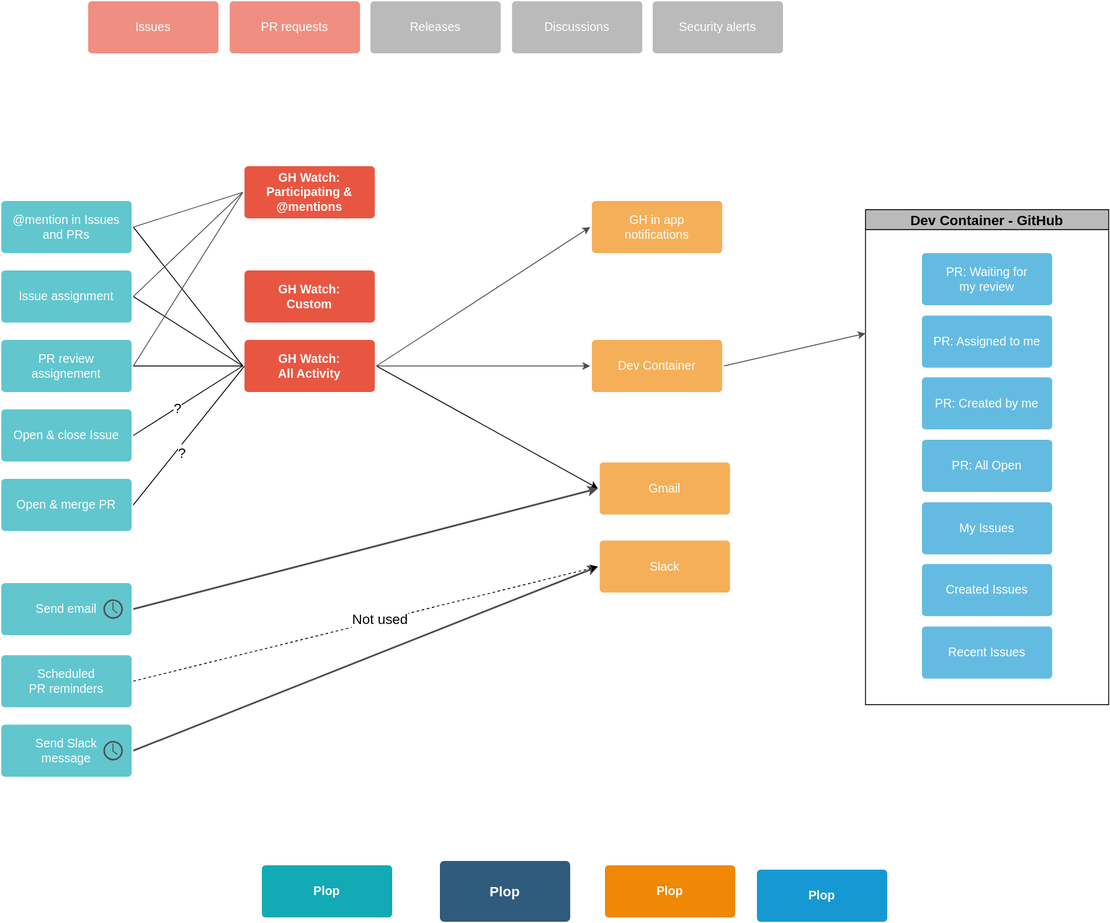
Earlier version of the draw.io export docs/drawio/diagrams/notification-graph.drawio.svg (Sage-Bionetworks/sage-monorepo). Source tidied: cells renumbered, new cells last; positions are measured from the earlier drawing's top-left corner, leaving out a move shared by most shapes.
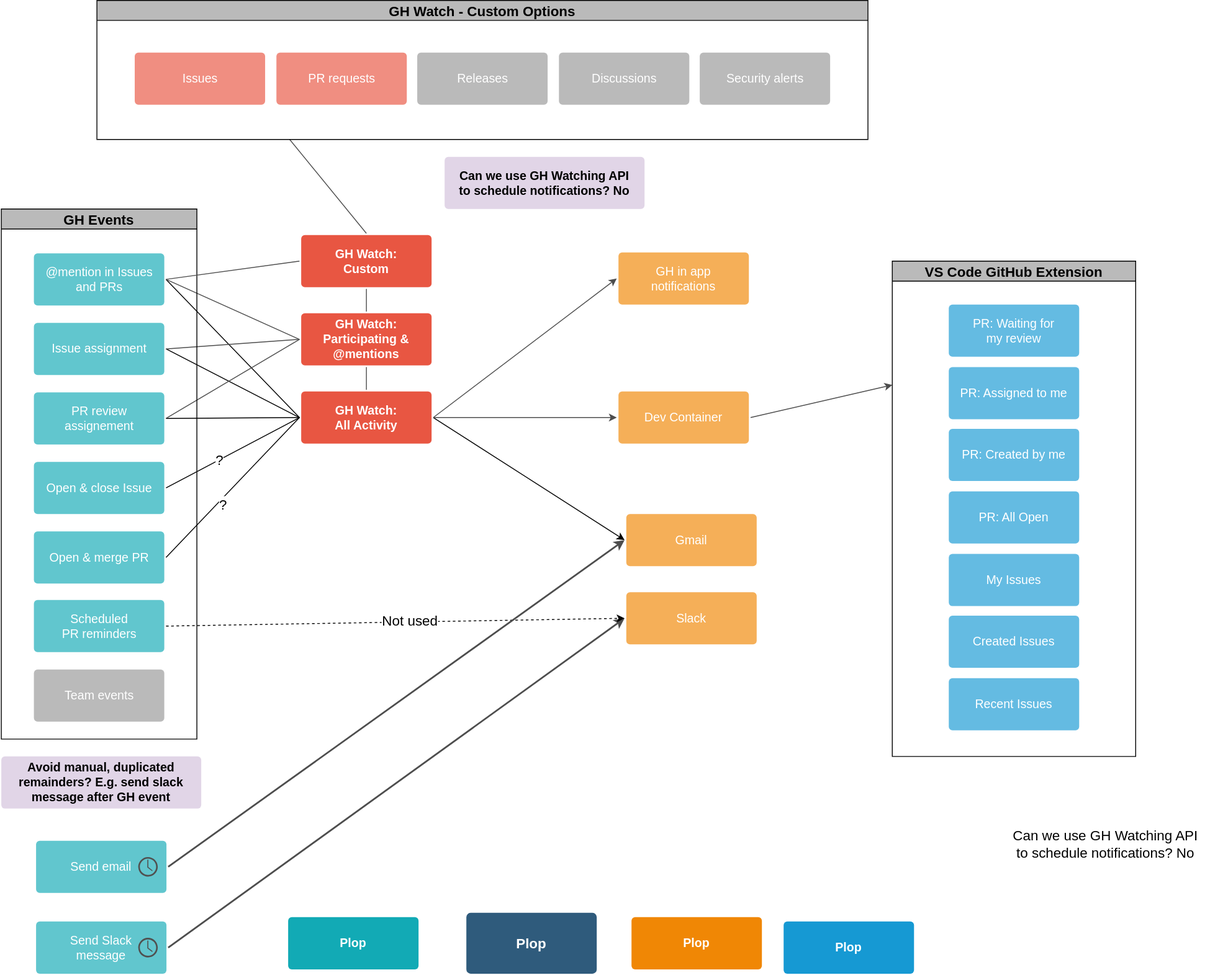
After the commit.

What changed in the source:
```diff
@@ -10,5 +10,2 @@
     </mxCell>
-    <mxCell id="4" value="@mention in Issues and PRs" style="rounded=1;whiteSpace=wrap;html=1;shadow=0;labelBackgroundColor=none;strokeColor=none;strokeWidth=3;fillColor=#61c6ce;fontFamily=Helvetica;fontSize=14;fontColor=#FFFFFF;align=center;spacing=5;fontStyle=0;arcSize=7;perimeterSpacing=2;" parent="1" vertex="1">
-      <mxGeometry y="230" width="150" height="60" as="geometry" />
-    </mxCell>
     <mxCell id="5" style="edgeStyle=none;rounded=0;jettySize=auto;html=1;exitX=1;exitY=0.5;exitDx=0;exitDy=0;entryX=0;entryY=0.5;entryDx=0;entryDy=0;endArrow=none;endFill=0;" parent="1" edge="1" source="7" target="24">
@@ -19,5 +16,2 @@
     </mxCell>
-    <mxCell id="7" value="Issue assignment" style="rounded=1;whiteSpace=wrap;html=1;shadow=0;labelBackgroundColor=none;strokeColor=none;strokeWidth=3;fillColor=#61c6ce;fontFamily=Helvetica;fontSize=14;fontColor=#FFFFFF;align=center;spacing=5;fontStyle=0;arcSize=7;perimeterSpacing=2;" parent="1" vertex="1">
-      <mxGeometry y="310" width="150" height="60" as="geometry" />
-    </mxCell>
     <mxCell id="8" style="edgeStyle=none;rounded=0;jettySize=auto;html=1;exitX=1;exitY=0.5;exitDx=0;exitDy=0;entryX=0;entryY=0.5;entryDx=0;entryDy=0;endArrow=none;endFill=0;" parent="1" edge="1" source="10" target="24">
@@ -28,5 +22,2 @@
     </mxCell>
-    <mxCell id="10" value="PR review assignement" style="rounded=1;whiteSpace=wrap;html=1;shadow=0;labelBackgroundColor=none;strokeColor=none;strokeWidth=3;fillColor=#61c6ce;fontFamily=Helvetica;fontSize=14;fontColor=#FFFFFF;align=center;spacing=5;fontStyle=0;arcSize=7;perimeterSpacing=2;" parent="1" vertex="1">
-      <mxGeometry y="390" width="150" height="60" as="geometry" />
-    </mxCell>
     <mxCell id="11" style="edgeStyle=none;rounded=0;jettySize=auto;html=1;exitX=1;exitY=0.5;exitDx=0;exitDy=0;entryX=0;entryY=0.5;entryDx=0;entryDy=0;endArrow=none;endFill=0;" parent="1" edge="1" source="13" target="24">
@@ -37,9 +28,4 @@
     </mxCell>
-    <mxCell id="13" value="Open &amp;amp; close Issue" style="rounded=1;whiteSpace=wrap;html=1;shadow=0;labelBackgroundColor=none;strokeColor=none;strokeWidth=3;fillColor=#61c6ce;fontFamily=Helvetica;fontSize=14;fontColor=#FFFFFF;align=center;spacing=5;fontStyle=0;arcSize=7;perimeterSpacing=2;" parent="1" vertex="1">
-      <mxGeometry y="470" width="150" height="60" as="geometry" />
-    </mxCell>
-    <mxCell id="14" style="edgeStyle=none;rounded=0;jettySize=auto;html=1;exitX=1;exitY=0.5;exitDx=0;exitDy=0;endArrow=none;endFill=0;" parent="1" edge="1" source="16">
-      <mxGeometry relative="1" as="geometry">
-        <mxPoint x="280" y="420" as="targetPoint" />
-      </mxGeometry>
+    <mxCell id="14" style="edgeStyle=none;rounded=0;jettySize=auto;html=1;exitX=1;exitY=0.5;exitDx=0;exitDy=0;endArrow=none;endFill=0;entryX=0;entryY=0.5;entryDx=0;entryDy=0;" parent="1" edge="1" source="16" target="24">
+      <mxGeometry relative="1" as="geometry" />
     </mxCell>
@@ -48,5 +34,2 @@
     </mxCell>
-    <mxCell id="16" value="Open &amp;amp; merge PR" style="rounded=1;whiteSpace=wrap;html=1;shadow=0;labelBackgroundColor=none;strokeColor=none;strokeWidth=3;fillColor=#61c6ce;fontFamily=Helvetica;fontSize=14;fontColor=#FFFFFF;align=center;spacing=5;fontStyle=0;arcSize=7;perimeterSpacing=2;" parent="1" vertex="1">
-      <mxGeometry y="550" width="150" height="60" as="geometry" />
-    </mxCell>
     <mxCell id="17" value="GH in app&lt;br&gt;notifications" style="rounded=1;whiteSpace=wrap;html=1;shadow=0;labelBackgroundColor=none;strokeColor=none;strokeWidth=3;fillColor=#f5af58;fontFamily=Helvetica;fontSize=14;fontColor=#FFFFFF;align=center;spacing=5;arcSize=7;perimeterSpacing=2;" parent="1" vertex="1">
@@ -73,3 +56,3 @@
     <mxCell id="24" value="GH Watch:&lt;br&gt;All Activity" style="rounded=1;whiteSpace=wrap;html=1;shadow=0;labelBackgroundColor=none;strokeColor=none;strokeWidth=3;fillColor=#e85642;fontFamily=Helvetica;fontSize=14;fontColor=#FFFFFF;align=center;spacing=5;fontStyle=1;arcSize=7;perimeterSpacing=2;" parent="1" vertex="1">
-      <mxGeometry x="280" y="390" width="150" height="60" as="geometry" />
+      <mxGeometry x="315" y="390" width="150" height="60" as="geometry" />
     </mxCell>
@@ -78,23 +61,17 @@
     </mxCell>
+    <mxCell id="55" style="edgeStyle=none;rounded=0;jettySize=auto;html=1;exitX=0.5;exitY=1;exitDx=0;exitDy=0;entryX=0.5;entryY=0;entryDx=0;entryDy=0;fontSize=16;endArrow=none;endFill=0;strokeColor=#4D4D4D;strokeWidth=1;" parent="1" edge="1" source="26" target="24">
+      <mxGeometry relative="1" as="geometry" />
+    </mxCell>
     <mxCell id="26" value="GH Watch:&lt;br&gt;Participating &amp;amp; @mentions" style="rounded=1;whiteSpace=wrap;html=1;shadow=0;labelBackgroundColor=none;strokeColor=none;strokeWidth=3;fillColor=#e85642;fontFamily=Helvetica;fontSize=14;fontColor=#FFFFFF;align=center;spacing=5;fontStyle=1;arcSize=7;perimeterSpacing=2;" parent="1" vertex="1">
-      <mxGeometry x="280" y="190" width="150" height="60" as="geometry" />
+      <mxGeometry x="315" y="300" width="150" height="60" as="geometry" />
     </mxCell>
-    <mxCell id="27" value="Issues" style="rounded=1;whiteSpace=wrap;html=1;shadow=0;labelBackgroundColor=none;strokeColor=none;strokeWidth=3;fillColor=#f08e81;fontFamily=Helvetica;fontSize=14;fontColor=#FFFFFF;align=center;spacing=5;fontStyle=0;arcSize=7;perimeterSpacing=2;" parent="1" vertex="1">
-      <mxGeometry x="100" width="150" height="60" as="geometry" />
-    </mxCell>
+    <mxCell id="56" style="edgeStyle=none;rounded=0;jettySize=auto;html=1;exitX=0.5;exitY=0;exitDx=0;exitDy=0;entryX=0.25;entryY=1;entryDx=0;entryDy=0;fontSize=16;endArrow=none;endFill=0;strokeColor=#4D4D4D;strokeWidth=1;" parent="1" edge="1" source="28" target="60">
+      <mxGeometry relative="1" as="geometry" />
+    </mxCell>
+    <mxCell id="57" style="edgeStyle=none;rounded=0;jettySize=auto;html=1;exitX=0.5;exitY=1;exitDx=0;exitDy=0;entryX=0.5;entryY=0;entryDx=0;entryDy=0;fontSize=16;endArrow=none;endFill=0;strokeColor=#4D4D4D;strokeWidth=1;" parent="1" edge="1" source="28" target="26">
+      <mxGeometry relative="1" as="geometry" />
+    </mxCell>
     <mxCell id="28" value="GH Watch:&lt;br&gt;Custom" style="rounded=1;whiteSpace=wrap;html=1;shadow=0;labelBackgroundColor=none;strokeColor=none;strokeWidth=3;fillColor=#e85642;fontFamily=Helvetica;fontSize=14;fontColor=#FFFFFF;align=center;spacing=5;fontStyle=1;arcSize=7;perimeterSpacing=2;" parent="1" vertex="1">
-      <mxGeometry x="280" y="310" width="150" height="60" as="geometry" />
+      <mxGeometry x="315" y="210" width="150" height="60" as="geometry" />
     </mxCell>
-    <mxCell id="29" value="PR requests" style="rounded=1;whiteSpace=wrap;html=1;shadow=0;labelBackgroundColor=none;strokeColor=none;strokeWidth=3;fillColor=#f08e81;fontFamily=Helvetica;fontSize=14;fontColor=#FFFFFF;align=center;spacing=5;fontStyle=0;arcSize=7;perimeterSpacing=2;" parent="1" vertex="1">
-      <mxGeometry x="263" width="150" height="60" as="geometry" />
-    </mxCell>
-    <mxCell id="30" value="Releases" style="rounded=1;whiteSpace=wrap;html=1;shadow=0;labelBackgroundColor=none;strokeColor=none;strokeWidth=3;fillColor=#BABABA;fontFamily=Helvetica;fontSize=14;fontColor=#FFFFFF;align=center;spacing=5;fontStyle=0;arcSize=7;perimeterSpacing=2;" parent="1" vertex="1">
-      <mxGeometry x="425" width="150" height="60" as="geometry" />
-    </mxCell>
-    <mxCell id="31" value="Discussions" style="rounded=1;whiteSpace=wrap;html=1;shadow=0;labelBackgroundColor=none;strokeColor=none;strokeWidth=3;fillColor=#BABABA;fontFamily=Helvetica;fontSize=14;fontColor=#FFFFFF;align=center;spacing=5;fontStyle=0;arcSize=7;perimeterSpacing=2;" parent="1" vertex="1">
-      <mxGeometry x="588" width="150" height="60" as="geometry" />
-    </mxCell>
-    <mxCell id="32" value="Security alerts" style="rounded=1;whiteSpace=wrap;html=1;shadow=0;labelBackgroundColor=none;strokeColor=none;strokeWidth=3;fillColor=#BABABA;fontFamily=Helvetica;fontSize=14;fontColor=#FFFFFF;align=center;spacing=5;fontStyle=0;arcSize=7;perimeterSpacing=2;" parent="1" vertex="1">
-      <mxGeometry x="750" width="150" height="60" as="geometry" />
-    </mxCell>
     <mxCell id="33" style="edgeStyle=none;rounded=0;jettySize=auto;html=1;exitX=1;exitY=0.5;exitDx=0;exitDy=0;entryX=0;entryY=0.5;entryDx=0;entryDy=0;fontSize=16;endArrow=classic;endFill=1;strokeColor=#4D4D4D;strokeWidth=2;" parent="1" edge="1" source="34" target="35">
@@ -103,3 +80,3 @@
     <mxCell id="34" value="Send Slack&lt;br&gt;message" style="rounded=1;whiteSpace=wrap;html=1;shadow=0;labelBackgroundColor=none;strokeColor=none;strokeWidth=3;fillColor=#61c6ce;fontFamily=Helvetica;fontSize=14;fontColor=#FFFFFF;align=center;spacing=5;fontStyle=0;arcSize=7;perimeterSpacing=2;" parent="1" vertex="1">
-      <mxGeometry y="833" width="150" height="60" as="geometry" />
+      <mxGeometry x="10" y="1000" width="150" height="60" as="geometry" />
     </mxCell>
@@ -109,3 +86,3 @@
     <mxCell id="36" style="sketch=0;shadow=0;dashed=0;html=1;strokeColor=none;fillColor=#505050;labelPosition=center;verticalLabelPosition=bottom;verticalAlign=top;align=center;shape=mxgraph.office.concepts.clock;" parent="1" vertex="1">
-      <mxGeometry x="117.5" y="851.8" width="22.5" height="22.5" as="geometry" />
+      <mxGeometry x="127.5" y="1018.8" width="22.5" height="22.5" as="geometry" />
     </mxCell>
@@ -117,7 +94,4 @@
     </mxCell>
-    <mxCell id="39" value="Scheduled&lt;br&gt;PR reminders" style="rounded=1;whiteSpace=wrap;html=1;shadow=0;labelBackgroundColor=none;strokeColor=none;strokeWidth=3;fillColor=#61c6ce;fontFamily=Helvetica;fontSize=14;fontColor=#FFFFFF;align=center;spacing=5;fontStyle=0;arcSize=7;perimeterSpacing=2;" parent="1" vertex="1">
-      <mxGeometry y="753" width="150" height="60" as="geometry" />
-    </mxCell>
     <mxCell id="40" style="group;" parent="1" vertex="1">
-      <mxGeometry y="670" width="150" height="60" as="geometry" />
+      <mxGeometry x="10" y="907" width="150" height="60" as="geometry" />
     </mxCell>
@@ -132,3 +106,3 @@
     </mxCell>
-    <mxCell id="44" value="Dev Container - GitHub" style="swimlane;fontSize=16;fillColor=#BABABA;" parent="1" vertex="1">
+    <mxCell id="44" value="VS Code GitHub Extension" style="swimlane;fontSize=16;fillColor=#BABABA;" parent="1" vertex="1">
       <mxGeometry x="995" y="240" width="280" height="570" as="geometry" />
@@ -165,2 +139,56 @@
     </mxCell>
+    <mxCell id="58" value="GH Events" style="swimlane;fontSize=16;fillColor=#BABABA;" parent="1" vertex="1">
+      <mxGeometry x="-30" y="180" width="225" height="610" as="geometry" />
+    </mxCell>
+    <mxCell id="4" value="@mention in Issues and PRs" style="rounded=1;whiteSpace=wrap;html=1;shadow=0;labelBackgroundColor=none;strokeColor=none;strokeWidth=3;fillColor=#61c6ce;fontFamily=Helvetica;fontSize=14;fontColor=#FFFFFF;align=center;spacing=5;fontStyle=0;arcSize=7;perimeterSpacing=2;" parent="58" vertex="1">
+      <mxGeometry x="37.5" y="51" width="150" height="60" as="geometry" />
+    </mxCell>
+    <mxCell id="7" value="Issue assignment" style="rounded=1;whiteSpace=wrap;html=1;shadow=0;labelBackgroundColor=none;strokeColor=none;strokeWidth=3;fillColor=#61c6ce;fontFamily=Helvetica;fontSize=14;fontColor=#FFFFFF;align=center;spacing=5;fontStyle=0;arcSize=7;perimeterSpacing=2;" parent="58" vertex="1">
+      <mxGeometry x="37.5" y="131" width="150" height="60" as="geometry" />
+    </mxCell>
+    <mxCell id="10" value="PR review assignement" style="rounded=1;whiteSpace=wrap;html=1;shadow=0;labelBackgroundColor=none;strokeColor=none;strokeWidth=3;fillColor=#61c6ce;fontFamily=Helvetica;fontSize=14;fontColor=#FFFFFF;align=center;spacing=5;fontStyle=0;arcSize=7;perimeterSpacing=2;" parent="58" vertex="1">
+      <mxGeometry x="37.5" y="211" width="150" height="60" as="geometry" />
+    </mxCell>
+    <mxCell id="13" value="Open &amp;amp; close Issue" style="rounded=1;whiteSpace=wrap;html=1;shadow=0;labelBackgroundColor=none;strokeColor=none;strokeWidth=3;fillColor=#61c6ce;fontFamily=Helvetica;fontSize=14;fontColor=#FFFFFF;align=center;spacing=5;fontStyle=0;arcSize=7;perimeterSpacing=2;" parent="58" vertex="1">
+      <mxGeometry x="37.5" y="291" width="150" height="60" as="geometry" />
+    </mxCell>
+    <mxCell id="16" value="Open &amp;amp; merge PR" style="rounded=1;whiteSpace=wrap;html=1;shadow=0;labelBackgroundColor=none;strokeColor=none;strokeWidth=3;fillColor=#61c6ce;fontFamily=Helvetica;fontSize=14;fontColor=#FFFFFF;align=center;spacing=5;fontStyle=0;arcSize=7;perimeterSpacing=2;" parent="58" vertex="1">
+      <mxGeometry x="37.5" y="371" width="150" height="60" as="geometry" />
+    </mxCell>
+    <mxCell id="39" value="Scheduled&lt;br&gt;PR reminders" style="rounded=1;whiteSpace=wrap;html=1;shadow=0;labelBackgroundColor=none;strokeColor=none;strokeWidth=3;fillColor=#61c6ce;fontFamily=Helvetica;fontSize=14;fontColor=#FFFFFF;align=center;spacing=5;fontStyle=0;arcSize=7;perimeterSpacing=2;" parent="58" vertex="1">
+      <mxGeometry x="37.5" y="450" width="150" height="60" as="geometry" />
+    </mxCell>
+    <mxCell id="59" value="Team events" style="rounded=1;whiteSpace=wrap;html=1;shadow=0;labelBackgroundColor=none;strokeColor=none;strokeWidth=3;fillColor=#BABABA;fontFamily=Helvetica;fontSize=14;fontColor=#FFFFFF;align=center;spacing=5;fontStyle=0;arcSize=7;perimeterSpacing=2;" parent="58" vertex="1">
+      <mxGeometry x="37.5" y="530" width="150" height="60" as="geometry" />
+    </mxCell>
+    <mxCell id="60" value="GH Watch - Custom Options" style="swimlane;fontSize=16;fillColor=#BABABA;" parent="1" vertex="1">
+      <mxGeometry x="80" y="-60" width="887" height="160" as="geometry" />
+    </mxCell>
+    <mxCell id="27" value="Issues" style="rounded=1;whiteSpace=wrap;html=1;shadow=0;labelBackgroundColor=none;strokeColor=none;strokeWidth=3;fillColor=#f08e81;fontFamily=Helvetica;fontSize=14;fontColor=#FFFFFF;align=center;spacing=5;fontStyle=0;arcSize=7;perimeterSpacing=2;" parent="60" vertex="1">
+      <mxGeometry x="43.5" y="60" width="150" height="60" as="geometry" />
+    </mxCell>
+    <mxCell id="29" value="PR requests" style="rounded=1;whiteSpace=wrap;html=1;shadow=0;labelBackgroundColor=none;strokeColor=none;strokeWidth=3;fillColor=#f08e81;fontFamily=Helvetica;fontSize=14;fontColor=#FFFFFF;align=center;spacing=5;fontStyle=0;arcSize=7;perimeterSpacing=2;" parent="60" vertex="1">
+      <mxGeometry x="206.5" y="60" width="150" height="60" as="geometry" />
+    </mxCell>
+    <mxCell id="30" value="Releases" style="rounded=1;whiteSpace=wrap;html=1;shadow=0;labelBackgroundColor=none;strokeColor=none;strokeWidth=3;fillColor=#BABABA;fontFamily=Helvetica;fontSize=14;fontColor=#FFFFFF;align=center;spacing=5;fontStyle=0;arcSize=7;perimeterSpacing=2;" parent="60" vertex="1">
+      <mxGeometry x="368.5" y="60" width="150" height="60" as="geometry" />
+    </mxCell>
+    <mxCell id="31" value="Discussions" style="rounded=1;whiteSpace=wrap;html=1;shadow=0;labelBackgroundColor=none;strokeColor=none;strokeWidth=3;fillColor=#BABABA;fontFamily=Helvetica;fontSize=14;fontColor=#FFFFFF;align=center;spacing=5;fontStyle=0;arcSize=7;perimeterSpacing=2;" parent="60" vertex="1">
+      <mxGeometry x="531.5" y="60" width="150" height="60" as="geometry" />
+    </mxCell>
+    <mxCell id="32" value="Security alerts" style="rounded=1;whiteSpace=wrap;html=1;shadow=0;labelBackgroundColor=none;strokeColor=none;strokeWidth=3;fillColor=#BABABA;fontFamily=Helvetica;fontSize=14;fontColor=#FFFFFF;align=center;spacing=5;fontStyle=0;arcSize=7;perimeterSpacing=2;" parent="60" vertex="1">
+      <mxGeometry x="693.5" y="60" width="150" height="60" as="geometry" />
+    </mxCell>
+    <mxCell id="61" style="edgeStyle=none;rounded=0;jettySize=auto;html=1;exitX=1;exitY=0.5;exitDx=0;exitDy=0;entryX=0;entryY=0.5;entryDx=0;entryDy=0;fontSize=16;endArrow=none;endFill=0;strokeColor=#4D4D4D;strokeWidth=1;" parent="1" edge="1" source="4" target="28">
+      <mxGeometry relative="1" as="geometry" />
+    </mxCell>
+    <mxCell id="62" value="Can we use &lt;a href=&quot;https://docs.github.com/en/rest/activity/watching&quot;&gt;GH Watching API&lt;/a&gt;&lt;br&gt;&lt;div&gt;to schedule notifications? No&lt;br&gt;&lt;/div&gt;" style="rounded=1;whiteSpace=wrap;html=1;shadow=0;labelBackgroundColor=none;strokeColor=none;strokeWidth=3;fillColor=#e1d5e7;fontFamily=Helvetica;fontSize=14;align=center;spacing=5;fontStyle=1;arcSize=7;perimeterSpacing=2;" parent="1" vertex="1">
+      <mxGeometry x="480" y="120" width="230" height="60" as="geometry" />
+    </mxCell>
+    <mxCell id="63" value="Can we use &lt;a href=&quot;https://docs.github.com/en/rest/activity/watching&quot;&gt;GH Watching API&lt;/a&gt;&lt;br&gt;&lt;div&gt;to schedule notifications? No&lt;br&gt;&lt;/div&gt;" style="text;html=1;align=center;verticalAlign=middle;strokeColor=none;fillColor=none;fontSize=16;" parent="1" vertex="1">
+      <mxGeometry x="1120" y="885.8" width="240" height="50" as="geometry" />
+    </mxCell>
+    <mxCell id="64" value="Avoid manual, duplicated remainders? E.g. send slack message after GH event" style="rounded=1;whiteSpace=wrap;html=1;shadow=0;labelBackgroundColor=none;strokeColor=none;strokeWidth=3;fillColor=#e1d5e7;fontFamily=Helvetica;fontSize=14;align=center;spacing=5;fontStyle=1;arcSize=7;perimeterSpacing=2;" parent="1" vertex="1">
+      <mxGeometry x="-30" y="810" width="230" height="60" as="geometry" />
+    </mxCell>
   </root>
```
